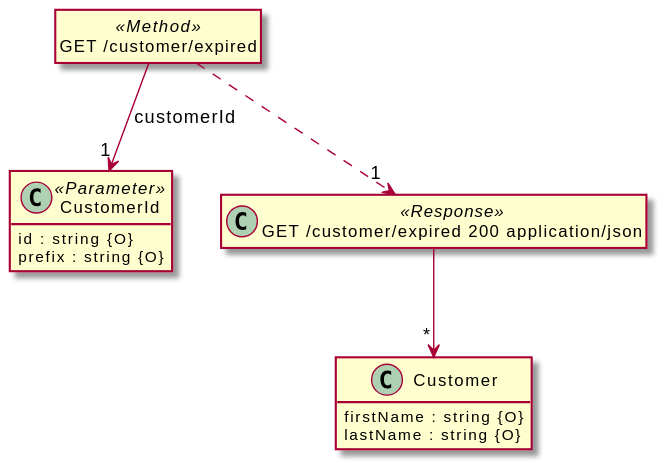
The PlantUML diagram src/docs/tests/parameter-ref-complex.puml.svg in davidmoten/openapi-to-plantuml, before a commit.
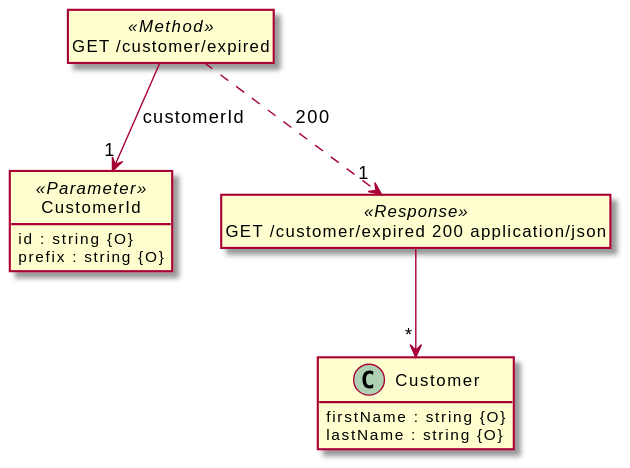
Above is the later version.

Diff of the diagram source:
```diff
@@ -1,5 +1,7 @@
 @startuml
 hide <<Method>> circle
+hide <<Response>> circle
+hide <<Parameter>> circle
 hide empty methods
 hide empty fields
 set namespaceSeparator none
@@ -20,10 +22,10 @@
 class "GET /customer/expired 200 application/json" <<Response>> {
 }
 
-"GET /customer/expired" --> "1" "CustomerId" : "customerId"
+"GET /customer/expired" --> "1" "CustomerId"  :  "customerId"
 
 "GET /customer/expired 200 application/json" --> "*" "Customer"
 
-"GET /customer/expired" ..> "1" "GET /customer/expired 200 application/json"
+"GET /customer/expired" ..> "1" "GET /customer/expired 200 application/json"  :  "200"
 
 @enduml
```
